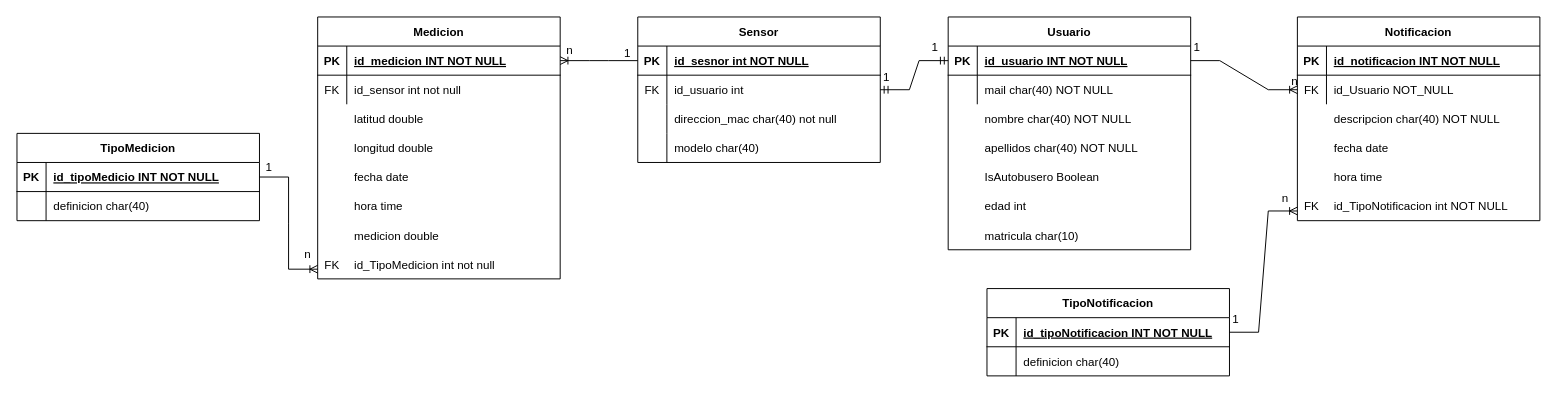
Above: doc/Diseño/DiseñoBD.drawio in 3-GTI-ProyectoMedioAmbiente/BackEndRest (draw.io), before the change. Source tidied: cells renumbered, new cells numbered last; positions are measured from the earlier drawing's top-left corner, leaving out a move shared by most shapes. Both pictures are drawn from the tidied source at 97%, with x=0, y=0 at pixel (16, 16).
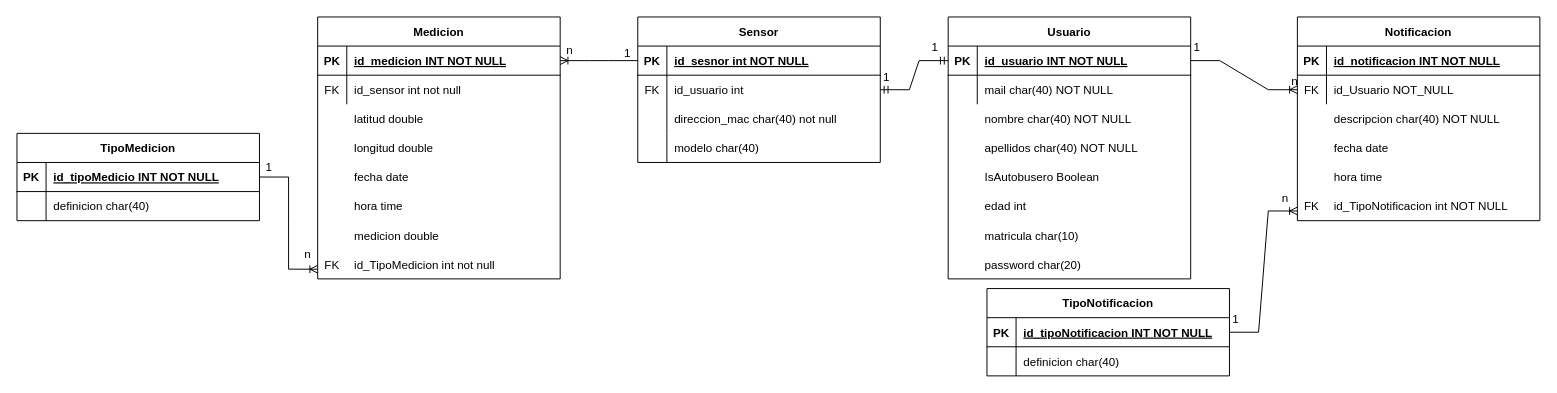
After the change.

What changed in the source:
```diff
@@
     <mxCell id="22" value="Usuario" style="shape=table;startSize=30;childLayout=tableLayout;rowLines=0;fontStyle=1;align=center;" parent="1" vertex="1">
-      <mxGeometry x="960" width="250" height="240" as="geometry" />
+      <mxGeometry x="960" width="250" height="270" as="geometry" />
     </mxCell>
@@
+    <mxCell id="87" value="password char(20)" style="shape=partialRectangle;overflow=hidden;fillColor=none;top=0;left=0;bottom=0;right=0;align=left;spacingLeft=6;" parent="1" vertex="1">
+      <mxGeometry x="990" y="240" width="220" height="30" as="geometry" />
+    </mxCell>
```
